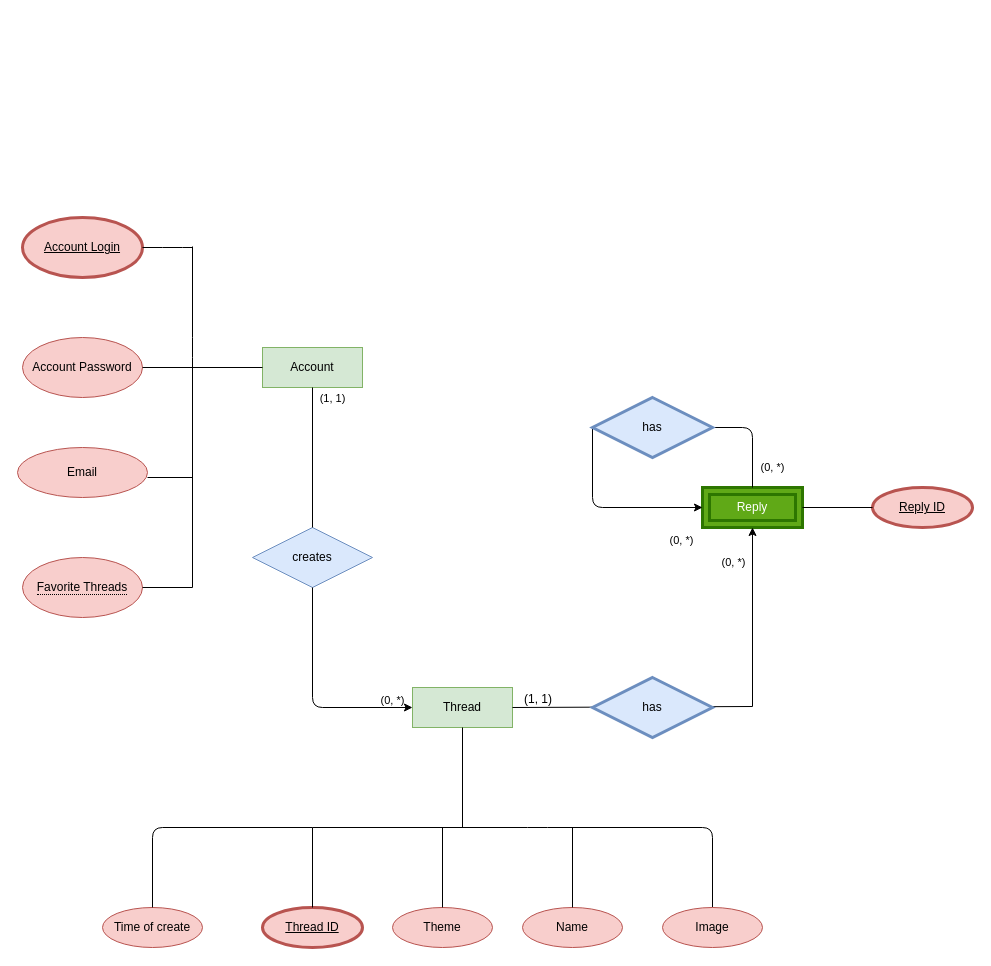
LongaBonga/HSE.ch keeps this draw.io diagram as Untitled Diagram.drawio. Above is the earlier version. Source tidied: cells renumbered, new cells numbered last; positions are measured from the earlier drawing's top-left corner, leaving out a move shared by most shapes. Both pictures are drawn from the tidied source at 100%, with x=0, y=0 at pixel (17, 217).
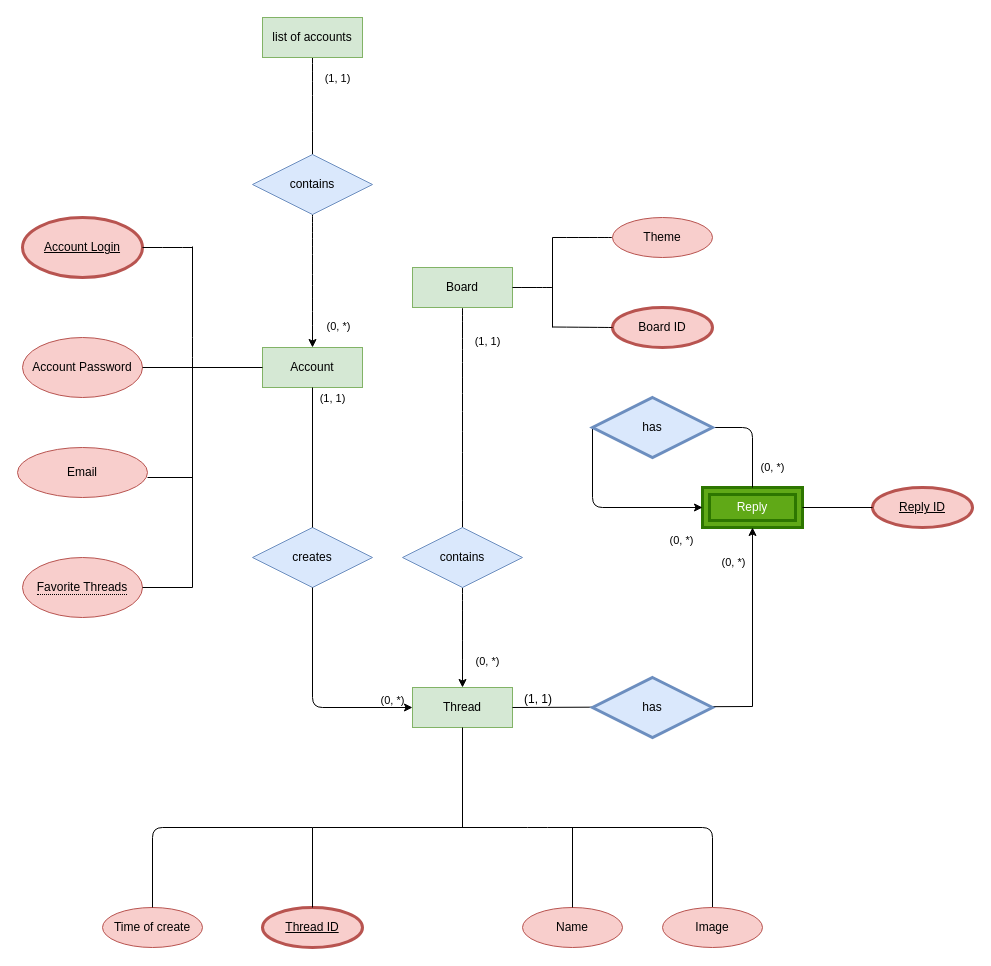
The same page after the edit.

The change refers to these unchanged cells:
```xml
<mxCell id="2" value="Account" style="whiteSpace=wrap;html=1;align=center;fillColor=#d5e8d4;strokeColor=#82b366;" parent="1" vertex="1">
  <mxGeometry x="245" y="130" width="100" height="40" as="geometry" />
</mxCell>
<mxCell id="13" value="Thread" style="whiteSpace=wrap;html=1;align=center;fillColor=#d5e8d4;strokeColor=#82b366;" parent="1" vertex="1">
  <mxGeometry x="395" y="470" width="100" height="40" as="geometry" />
</mxCell>
```

The edit, as a diff of the source:
```diff
@@
-    <mxCell id="15" value="Theme" style="ellipse;whiteSpace=wrap;html=1;align=center;fillColor=#f8cecc;strokeColor=#b85450;" parent="1" vertex="1">
-      <mxGeometry x="375" y="690" width="100" height="40" as="geometry" />
-    </mxCell>
@@
-    <mxCell id="20" style="endArrow=none;html=1;exitX=0.5;exitY=0;exitDx=0;exitDy=0;" parent="1" edge="1" source="15">
-      <mxGeometry relative="1" as="geometry">
-        <mxPoint x="425" y="610" as="targetPoint" />
-      </mxGeometry>
-    </mxCell>
@@
+    <mxCell id="38" style="edgeStyle=none;curved=1;rounded=0;jettySize=auto;html=1;exitX=0.5;exitY=1;exitDx=0;exitDy=0;entryX=0.5;entryY=0;entryDx=0;entryDy=0;endArrow=none;sourcePerimeterSpacing=8;targetPerimeterSpacing=8;endFill=0;" parent="1" edge="1" source="40" target="43">
+      <mxGeometry relative="1" as="geometry" />
+    </mxCell>
+    <mxCell id="39" value="(1, 1)" style="edgeLabel;html=1;align=center;verticalAlign=middle;" parent="38" vertex="1">
+      <mxGeometry x="-0.67" y="2" relative="1" as="geometry">
+        <mxPoint x="22" y="-3" as="offset" />
+      </mxGeometry>
+    </mxCell>
+    <mxCell id="40" value="Board" style="whiteSpace=wrap;html=1;align=center;fillColor=#d5e8d4;strokeColor=#82b366;" parent="1" vertex="1">
+      <mxGeometry x="395" y="50" width="100" height="40" as="geometry" />
+    </mxCell>
+    <mxCell id="41" style="edgeStyle=none;curved=1;rounded=0;jettySize=auto;html=1;exitX=0.5;exitY=1;exitDx=0;exitDy=0;entryX=0.5;entryY=0;entryDx=0;entryDy=0;endArrow=classic;endFill=1;sourcePerimeterSpacing=8;targetPerimeterSpacing=8;" parent="1" edge="1" source="43" target="13">
+      <mxGeometry relative="1" as="geometry" />
+    </mxCell>
+    <mxCell id="42" value="(0, *)" style="edgeLabel;html=1;align=center;verticalAlign=middle;" parent="41" vertex="1">
+      <mxGeometry x="0.46" y="3" relative="1" as="geometry">
+        <mxPoint x="21" as="offset" />
+      </mxGeometry>
+    </mxCell>
+    <mxCell id="43" value="contains" style="shape=rhombus;perimeter=rhombusPerimeter;whiteSpace=wrap;html=1;align=center;strokeWidth=1;fillColor=#dae8fc;strokeColor=#6c8ebf;" parent="1" vertex="1">
+      <mxGeometry x="385" y="310" width="120" height="60" as="geometry" />
+    </mxCell>
+    <mxCell id="44" style="edgeStyle=none;curved=1;rounded=0;jettySize=auto;html=1;entryX=1;entryY=0.5;entryDx=0;entryDy=0;endArrow=none;endFill=0;sourcePerimeterSpacing=8;targetPerimeterSpacing=8;" parent="1" edge="1" target="40">
+      <mxGeometry relative="1" as="geometry">
+        <mxPoint x="535" y="70" as="sourcePoint" />
+      </mxGeometry>
+    </mxCell>
+    <mxCell id="45" style="edgeStyle=none;curved=1;rounded=0;jettySize=auto;html=1;exitX=0;exitY=0.5;exitDx=0;exitDy=0;endArrow=none;endFill=0;sourcePerimeterSpacing=8;targetPerimeterSpacing=8;" parent="1" edge="1" source="15">
+      <mxGeometry relative="1" as="geometry">
+        <mxPoint x="535" y="20" as="targetPoint" />
+      </mxGeometry>
+    </mxCell>
+    <mxCell id="15" value="Theme" style="ellipse;whiteSpace=wrap;html=1;align=center;fillColor=#f8cecc;strokeColor=#b85450;strokeWidth=1;" parent="1" vertex="1">
+      <mxGeometry x="595" width="100" height="40" as="geometry" />
+    </mxCell>
+    <mxCell id="46" value="Board ID" style="ellipse;whiteSpace=wrap;html=1;align=center;fillColor=#f8cecc;strokeColor=#b85450;strokeWidth=3;" parent="1" vertex="1">
+      <mxGeometry x="595" y="90" width="100" height="40" as="geometry" />
+    </mxCell>
+    <mxCell id="47" style="endArrow=none;html=1;sourcePerimeterSpacing=8;targetPerimeterSpacing=8;" parent="1" edge="1">
+      <mxGeometry relative="1" as="geometry">
+        <mxPoint x="535" y="70" as="sourcePoint" />
+        <mxPoint x="535" y="20" as="targetPoint" />
+      </mxGeometry>
+    </mxCell>
+    <mxCell id="48" style="endArrow=none;html=1;sourcePerimeterSpacing=8;targetPerimeterSpacing=8;" parent="1" edge="1">
+      <mxGeometry relative="1" as="geometry">
+        <mxPoint x="535" y="110" as="sourcePoint" />
+        <mxPoint x="535" y="65" as="targetPoint" />
+      </mxGeometry>
+    </mxCell>
+    <mxCell id="49" style="edgeStyle=none;curved=1;rounded=0;jettySize=auto;html=1;exitX=0;exitY=0.5;exitDx=0;exitDy=0;endArrow=none;endFill=0;sourcePerimeterSpacing=8;targetPerimeterSpacing=8;" parent="1" edge="1" source="46">
+      <mxGeometry relative="1" as="geometry">
+        <mxPoint x="535" y="109.5" as="targetPoint" />
+      </mxGeometry>
+    </mxCell>
+    <mxCell id="50" style="edgeStyle=none;curved=1;rounded=0;jettySize=auto;html=1;exitX=0.5;exitY=1;exitDx=0;exitDy=0;entryX=0.5;entryY=0;entryDx=0;entryDy=0;endArrow=none;endFill=0;sourcePerimeterSpacing=8;targetPerimeterSpacing=8;" parent="1" edge="1" source="51" target="55">
+      <mxGeometry relative="1" as="geometry" />
+    </mxCell>
+    <mxCell id="51" value="list of accounts" style="whiteSpace=wrap;html=1;align=center;fillColor=#d5e8d4;strokeColor=#82b366;" parent="1" vertex="1">
+      <mxGeometry x="245" y="-200" width="100" height="40" as="geometry" />
+    </mxCell>
+    <mxCell id="52" value="(1, 1)" style="edgeLabel;html=1;align=center;verticalAlign=middle;" parent="1" vertex="1">
+      <mxGeometry x="319" y="-140" as="geometry" />
+    </mxCell>
+    <mxCell id="53" value="(0, *)" style="edgeLabel;html=1;align=center;verticalAlign=middle;" parent="1" vertex="1">
+      <mxGeometry x="319" y="100" as="geometry">
+        <mxPoint x="1" y="8" as="offset" />
+      </mxGeometry>
+    </mxCell>
+    <mxCell id="54" style="edgeStyle=none;curved=1;rounded=0;jettySize=auto;html=1;exitX=0.5;exitY=1;exitDx=0;exitDy=0;entryX=0.5;entryY=0;entryDx=0;entryDy=0;endArrow=classic;endFill=1;sourcePerimeterSpacing=8;targetPerimeterSpacing=8;" parent="1" edge="1" source="55" target="2">
+      <mxGeometry relative="1" as="geometry" />
+    </mxCell>
+    <mxCell id="55" value="contains" style="shape=rhombus;perimeter=rhombusPerimeter;whiteSpace=wrap;html=1;align=center;strokeWidth=1;fillColor=#dae8fc;strokeColor=#6c8ebf;" parent="1" vertex="1">
+      <mxGeometry x="235" y="-63" width="120" height="60" as="geometry" />
+    </mxCell>
```
